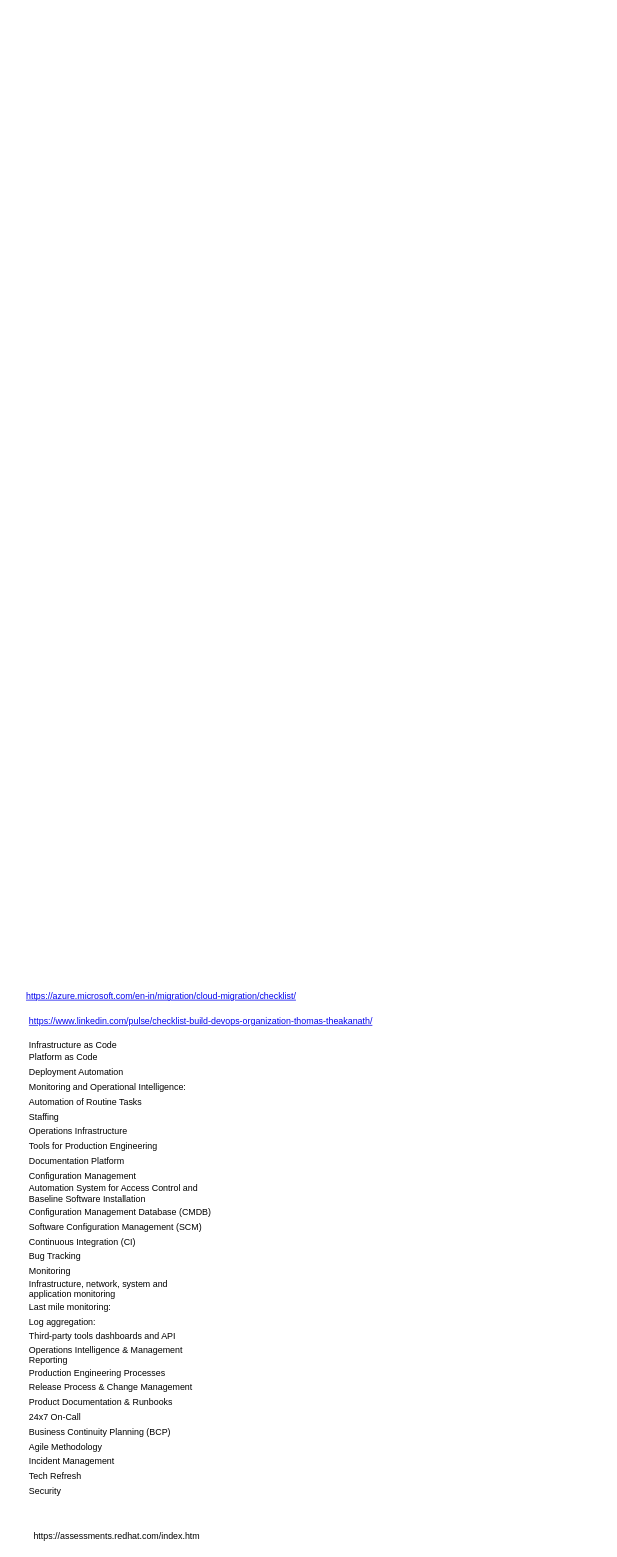
The draw.io diagram page "Checklist" (3 of 9) of Devops_Presentation.drawio in gonchigars/awesome-startup-credits, before the edit. Source tidied: cells renumbered, new cells numbered last; positions are measured from the earlier drawing's top-left corner, leaving out a move shared by most shapes. Both pictures are drawn from the tidied source at 74%, with x=0, y=0 at pixel (20, 27).
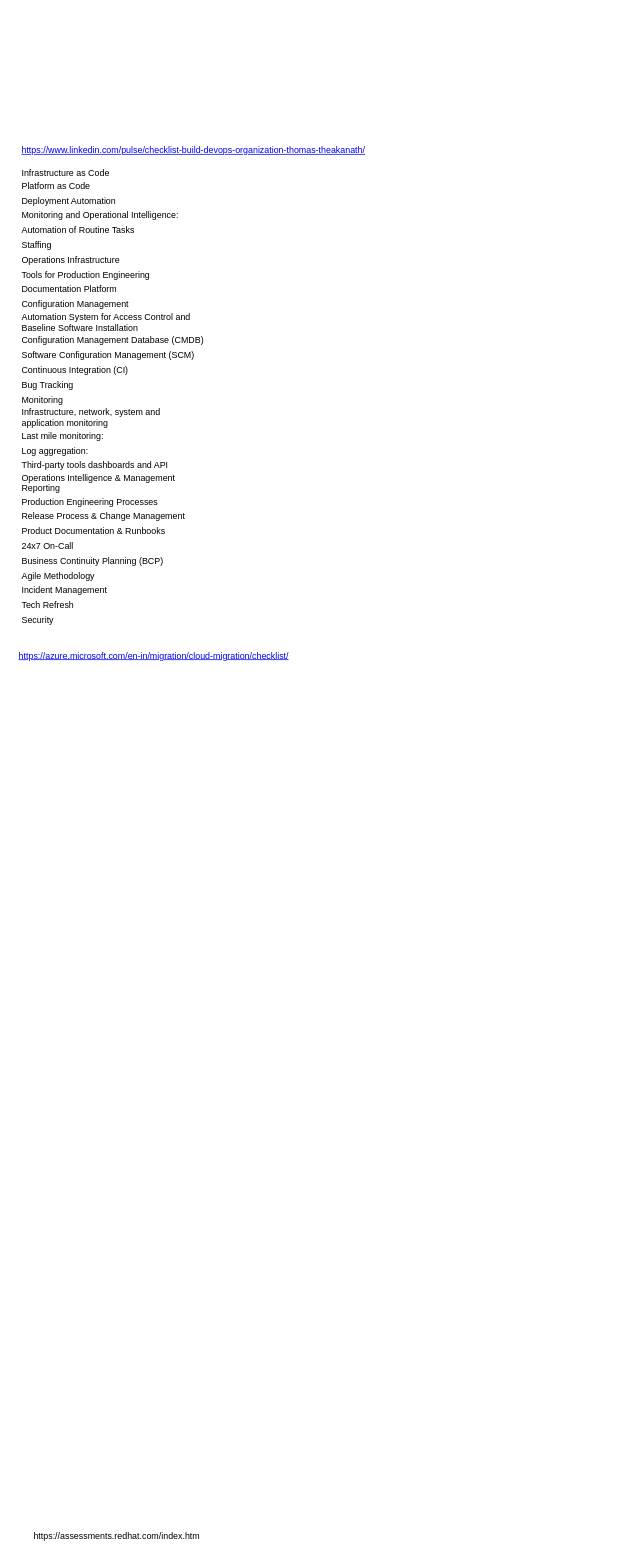
The same diagram, later.

Change to the diagram source:
```diff
@@
 <mxGraphModel>
   <root>
     <mxCell id="0" />
     <mxCell id="1" parent="0" />
     <mxCell id="2" value="&lt;a href=&quot;https://azure.microsoft.com/en-in/migration/cloud-migration/checklist/&quot;&gt;https://azure.microsoft.com/en-in/migration/cloud-migration/checklist/&lt;/a&gt;" style="text;html=1;align=center;verticalAlign=middle;strokeColor=none;fillColor=none;" parent="1" vertex="1">
-      <mxGeometry y="1300" width="380" height="20" as="geometry" />
+      <mxGeometry x="-10" y="840" width="380" height="20" as="geometry" />
     </mxCell>
-    <mxCell id="3" value="&lt;br&gt;&lt;br&gt;&lt;br&gt;&lt;br&gt;&lt;br&gt;&lt;br&gt;&lt;br&gt;&lt;br&gt;&lt;br&gt;&lt;br&gt;&lt;br&gt;&lt;br&gt;&lt;br&gt;&lt;br&gt;&lt;br&gt;&lt;br&gt;&lt;br&gt;&lt;br&gt;&lt;br&gt;&lt;br&gt;&lt;br&gt;&lt;br&gt;&lt;br&gt;&lt;br&gt;&lt;br&gt;&lt;br&gt;&lt;br&gt;&lt;br&gt;&lt;br&gt;&lt;br&gt;&lt;br&gt;&lt;br&gt;&lt;br&gt;&lt;br&gt;&lt;br&gt;&lt;br&gt;&lt;br&gt;&lt;br&gt;&lt;br&gt;&lt;br&gt;&lt;br&gt;&lt;br&gt;&lt;br&gt;&lt;br&gt;&lt;br&gt;&lt;br&gt;&lt;br&gt;&lt;br&gt;&lt;br&gt;&lt;br&gt;&lt;br&gt;&lt;br&gt;&lt;br&gt;&lt;br&gt;&lt;br&gt;&lt;br&gt;&lt;br&gt;&lt;br&gt;&lt;br&gt;&lt;br&gt;&lt;br&gt;&lt;br&gt;&lt;br&gt;&lt;br&gt;&lt;br&gt;&lt;br&gt;&lt;br&gt;&lt;br&gt;&lt;br&gt;&lt;br&gt;&lt;br&gt;&lt;br&gt;&lt;br&gt;&lt;br&gt;&lt;br&gt;&lt;br&gt;&lt;br&gt;&lt;br&gt;&lt;br&gt;&lt;br&gt;&lt;br&gt;&lt;br&gt;&lt;br&gt;&lt;br&gt;&lt;br&gt;&lt;br&gt;&lt;br&gt;&lt;br&gt;&lt;br&gt;&lt;br&gt;&lt;br&gt;&lt;br&gt;&lt;br&gt;&lt;br&gt;&lt;table border=&quot;0&quot; cellpadding=&quot;0&quot; cellspacing=&quot;0&quot; width=&quot;769&quot; style=&quot;border-collapse: collapse ; width: 577pt&quot;&gt; &lt;colgroup&gt;&lt;col width=&quot;769&quot; style=&quot;width: 577pt&quot;&gt;&lt;/colgroup&gt; &lt;tbody&gt;&lt;tr style=&quot;height: 15.0pt&quot;&gt;  &lt;td height=&quot;20&quot; class=&quot;xl65&quot; width=&quot;769&quot; style=&quot;height: 15.0pt ; width: 577pt&quot;&gt;&lt;a href=&quot;https://www.linkedin.com/pulse/checklist-build-devops-organization-thomas-theakanath/&quot;&gt;https://www.linkedin.com/pulse/checklist-build-devops-organization-thomas-theakanath/&lt;/a&gt;&lt;/td&gt; &lt;/tr&gt; &lt;tr style=&quot;height: 15.0pt&quot;&gt;  &lt;td height=&quot;20&quot; style=&quot;height: 15.0pt&quot;&gt;&lt;br&gt;Infrastructure as Code&lt;/td&gt; &lt;/tr&gt; &lt;tr style=&quot;height: 15.0pt&quot;&gt;  &lt;td height=&quot;20&quot; style=&quot;height: 15.0pt&quot;&gt;Platform as Code&lt;/td&gt; &lt;/tr&gt; &lt;tr style=&quot;height: 15.0pt&quot;&gt;  &lt;td height=&quot;20&quot; style=&quot;height: 15.0pt&quot;&gt;Deployment Automation&lt;/td&gt; &lt;/tr&gt; &lt;tr style=&quot;height: 15.0pt&quot;&gt;  &lt;td height=&quot;20&quot; style=&quot;height: 15.0pt&quot;&gt;Monitoring and Operational Intelligence:&lt;/td&gt; &lt;/tr&gt; &lt;tr style=&quot;height: 15.0pt&quot;&gt;  &lt;td height=&quot;20&quot; style=&quot;height: 15.0pt&quot;&gt;Automation of Routine Tasks&lt;/td&gt; &lt;/tr&gt; &lt;tr style=&quot;height: 15.0pt&quot;&gt;  &lt;td height=&quot;20&quot; style=&quot;height: 15.0pt&quot;&gt;Staffing&lt;/td&gt; &lt;/tr&gt; &lt;tr style=&quot;height: 15.0pt&quot;&gt;  &lt;td height=&quot;20&quot; style=&quot;height: 15.0pt&quot;&gt;Operations Infrastructure&lt;/td&gt; &lt;/tr&gt; &lt;tr style=&quot;height: 15.0pt&quot;&gt;  &lt;td height=&quot;20&quot; style=&quot;height: 15.0pt&quot;&gt;Tools for Production Engineering&lt;/td&gt; &lt;/tr&gt; &lt;tr style=&quot;height: 15.0pt&quot;&gt;  &lt;td height=&quot;20&quot; style=&quot;height: 15.0pt&quot;&gt;Documentation Platform&lt;/td&gt; &lt;/tr&gt; &lt;tr style=&quot;height: 15.0pt&quot;&gt;  &lt;td height=&quot;20&quot; class=&quot;xl64&quot; style=&quot;height: 15.0pt&quot;&gt;Configuration Management&lt;/td&gt; &lt;/tr&gt; &lt;tr style=&quot;height: 15.0pt&quot;&gt;  &lt;td height=&quot;20&quot; style=&quot;height: 15.0pt&quot;&gt;Automation System for Access Control and&lt;br&gt;  Baseline Software Installation&lt;/td&gt; &lt;/tr&gt; &lt;tr style=&quot;height: 15.0pt&quot;&gt;  &lt;td height=&quot;20&quot; style=&quot;height: 15.0pt&quot;&gt;Configuration Management Database (CMDB)&lt;/td&gt; &lt;/tr&gt; &lt;tr style=&quot;height: 15.0pt&quot;&gt;  &lt;td height=&quot;20&quot; style=&quot;height: 15.0pt&quot;&gt;Software Configuration Management (SCM)&lt;/td&gt; &lt;/tr&gt; &lt;tr style=&quot;height: 15.0pt&quot;&gt;  &lt;td height=&quot;20&quot; class=&quot;xl64&quot; style=&quot;height: 15.0pt&quot;&gt;Continuous Integration (CI)&lt;/td&gt; &lt;/tr&gt; &lt;tr style=&quot;height: 15.0pt&quot;&gt;  &lt;td height=&quot;20&quot; style=&quot;height: 15.0pt&quot;&gt;Bug Tracking&lt;/td&gt; &lt;/tr&gt; &lt;tr style=&quot;height: 15.0pt&quot;&gt;  &lt;td height=&quot;20&quot; class=&quot;xl64&quot; style=&quot;height: 15.0pt&quot;&gt;Monitoring&lt;/td&gt; &lt;/tr&gt; &lt;tr style=&quot;height: 15.0pt&quot;&gt;  &lt;td height=&quot;20&quot; style=&quot;height: 15.0pt&quot;&gt;Infrastructure, network, system and&lt;br&gt;  application monitoring&lt;/td&gt; &lt;/tr&gt; &lt;tr style=&quot;height: 15.0pt&quot;&gt;  &lt;td height=&quot;20&quot; class=&quot;xl64&quot; style=&quot;height: 15.0pt&quot;&gt;Last mile monitoring:&lt;/td&gt; &lt;/tr&gt; &lt;tr style=&quot;height: 15.0pt&quot;&gt;  &lt;td height=&quot;20&quot; style=&quot;height: 15.0pt&quot;&gt;Log aggregation:&lt;/td&gt; &lt;/tr&gt; &lt;tr style=&quot;height: 15.0pt&quot;&gt;  &lt;td height=&quot;20&quot; style=&quot;height: 15.0pt&quot;&gt;Third-party tools dashboards and API&lt;/td&gt; &lt;/tr&gt; &lt;tr style=&quot;height: 15.0pt&quot;&gt;  &lt;td height=&quot;20&quot; style=&quot;height: 15.0pt&quot;&gt;Operations Intelligence &amp;amp; Management&lt;br&gt;  Reporting&lt;/td&gt; &lt;/tr&gt; &lt;tr style=&quot;height: 15.0pt&quot;&gt;  &lt;td height=&quot;20&quot; style=&quot;height: 15.0pt&quot;&gt;Production Engineering Processes&lt;/td&gt; &lt;/tr&gt; &lt;tr style=&quot;height: 15.0pt&quot;&gt;  &lt;td height=&quot;20&quot; style=&quot;height: 15.0pt&quot;&gt;Release Process &amp;amp; Change Management&lt;/td&gt; &lt;/tr&gt; &lt;tr style=&quot;height: 15.0pt&quot;&gt;  &lt;td height=&quot;20&quot; style=&quot;height: 15.0pt&quot;&gt;Product Documentation &amp;amp; Runbooks&lt;/td&gt; &lt;/tr&gt; &lt;tr style=&quot;height: 15.0pt&quot;&gt;  &lt;td height=&quot;20&quot; style=&quot;height: 15.0pt&quot;&gt;24x7 On-Call&lt;/td&gt; &lt;/tr&gt; &lt;tr style=&quot;height: 15.0pt&quot;&gt;  &lt;td height=&quot;20&quot; style=&quot;height: 15.0pt&quot;&gt;Business Continuity Planning (BCP)&lt;/td&gt; &lt;/tr&gt; &lt;tr style=&quot;height: 15.0pt&quot;&gt;  &lt;td height=&quot;20&quot; style=&quot;height: 15.0pt&quot;&gt;Agile Methodology&lt;/td&gt; &lt;/tr&gt; &lt;tr style=&quot;height: 15.0pt&quot;&gt;  &lt;td height=&quot;20&quot; style=&quot;height: 15.0pt&quot;&gt;Incident Management&lt;/td&gt; &lt;/tr&gt; &lt;tr style=&quot;height: 15.0pt&quot;&gt;  &lt;td height=&quot;20&quot; style=&quot;height: 15.0pt&quot;&gt;Tech Refresh&lt;/td&gt; &lt;/tr&gt; &lt;tr style=&quot;height: 15.0pt&quot;&gt;  &lt;td height=&quot;20&quot; style=&quot;height: 15.0pt&quot;&gt;Security&lt;/td&gt; &lt;/tr&gt;&lt;/tbody&gt;&lt;/table&gt;" style="text;html=1;align=left;verticalAlign=middle;strokeColor=none;fillColor=none;" parent="1" vertex="1">
-      <mxGeometry x="10" width="780" height="1970" as="geometry" />
+    <mxCell id="3" value="&lt;br&gt;&lt;br&gt;&lt;br&gt;&lt;br&gt;&lt;table border=&quot;0&quot; cellpadding=&quot;0&quot; cellspacing=&quot;0&quot; width=&quot;769&quot; style=&quot;border-collapse: collapse ; width: 577pt&quot;&gt; &lt;colgroup&gt;&lt;col width=&quot;769&quot; style=&quot;width: 577pt&quot;&gt;&lt;/colgroup&gt; &lt;tbody&gt;&lt;tr style=&quot;height: 15.0pt&quot;&gt;  &lt;td height=&quot;20&quot; class=&quot;xl65&quot; width=&quot;769&quot; style=&quot;height: 15.0pt ; width: 577pt&quot;&gt;&lt;a href=&quot;https://www.linkedin.com/pulse/checklist-build-devops-organization-thomas-theakanath/&quot;&gt;https://www.linkedin.com/pulse/checklist-build-devops-organization-thomas-theakanath/&lt;/a&gt;&lt;/td&gt; &lt;/tr&gt; &lt;tr style=&quot;height: 15.0pt&quot;&gt;  &lt;td height=&quot;20&quot; style=&quot;height: 15.0pt&quot;&gt;&lt;br&gt;Infrastructure as Code&lt;/td&gt; &lt;/tr&gt; &lt;tr style=&quot;height: 15.0pt&quot;&gt;  &lt;td height=&quot;20&quot; style=&quot;height: 15.0pt&quot;&gt;Platform as Code&lt;/td&gt; &lt;/tr&gt; &lt;tr style=&quot;height: 15.0pt&quot;&gt;  &lt;td height=&quot;20&quot; style=&quot;height: 15.0pt&quot;&gt;Deployment Automation&lt;/td&gt; &lt;/tr&gt; &lt;tr style=&quot;height: 15.0pt&quot;&gt;  &lt;td height=&quot;20&quot; style=&quot;height: 15.0pt&quot;&gt;Monitoring and Operational Intelligence:&lt;/td&gt; &lt;/tr&gt; &lt;tr style=&quot;height: 15.0pt&quot;&gt;  &lt;td height=&quot;20&quot; style=&quot;height: 15.0pt&quot;&gt;Automation of Routine Tasks&lt;/td&gt; &lt;/tr&gt; &lt;tr style=&quot;height: 15.0pt&quot;&gt;  &lt;td height=&quot;20&quot; style=&quot;height: 15.0pt&quot;&gt;Staffing&lt;/td&gt; &lt;/tr&gt; &lt;tr style=&quot;height: 15.0pt&quot;&gt;  &lt;td height=&quot;20&quot; style=&quot;height: 15.0pt&quot;&gt;Operations Infrastructure&lt;/td&gt; &lt;/tr&gt; &lt;tr style=&quot;height: 15.0pt&quot;&gt;  &lt;td height=&quot;20&quot; style=&quot;height: 15.0pt&quot;&gt;Tools for Production Engineering&lt;/td&gt; &lt;/tr&gt; &lt;tr style=&quot;height: 15.0pt&quot;&gt;  &lt;td height=&quot;20&quot; style=&quot;height: 15.0pt&quot;&gt;Documentation Platform&lt;/td&gt; &lt;/tr&gt; &lt;tr style=&quot;height: 15.0pt&quot;&gt;  &lt;td height=&quot;20&quot; class=&quot;xl64&quot; style=&quot;height: 15.0pt&quot;&gt;Configuration Management&lt;/td&gt; &lt;/tr&gt; &lt;tr style=&quot;height: 15.0pt&quot;&gt;  &lt;td height=&quot;20&quot; style=&quot;height: 15.0pt&quot;&gt;Automation System for Access Control and&lt;br&gt;  Baseline Software Installation&lt;/td&gt; &lt;/tr&gt; &lt;tr style=&quot;height: 15.0pt&quot;&gt;  &lt;td height=&quot;20&quot; style=&quot;height: 15.0pt&quot;&gt;Configuration Management Database (CMDB)&lt;/td&gt; &lt;/tr&gt; &lt;tr style=&quot;height: 15.0pt&quot;&gt;  &lt;td height=&quot;20&quot; style=&quot;height: 15.0pt&quot;&gt;Software Configuration Management (SCM)&lt;/td&gt; &lt;/tr&gt; &lt;tr style=&quot;height: 15.0pt&quot;&gt;  &lt;td height=&quot;20&quot; class=&quot;xl64&quot; style=&quot;height: 15.0pt&quot;&gt;Continuous Integration (CI)&lt;/td&gt; &lt;/tr&gt; &lt;tr style=&quot;height: 15.0pt&quot;&gt;  &lt;td height=&quot;20&quot; style=&quot;height: 15.0pt&quot;&gt;Bug Tracking&lt;/td&gt; &lt;/tr&gt; &lt;tr style=&quot;height: 15.0pt&quot;&gt;  &lt;td height=&quot;20&quot; class=&quot;xl64&quot; style=&quot;height: 15.0pt&quot;&gt;Monitoring&lt;/td&gt; &lt;/tr&gt; &lt;tr style=&quot;height: 15.0pt&quot;&gt;  &lt;td height=&quot;20&quot; style=&quot;height: 15.0pt&quot;&gt;Infrastructure, network, system and&lt;br&gt;  application monitoring&lt;/td&gt; &lt;/tr&gt; &lt;tr style=&quot;height: 15.0pt&quot;&gt;  &lt;td height=&quot;20&quot; class=&quot;xl64&quot; style=&quot;height: 15.0pt&quot;&gt;Last mile monitoring:&lt;/td&gt; &lt;/tr&gt; &lt;tr style=&quot;height: 15.0pt&quot;&gt;  &lt;td height=&quot;20&quot; style=&quot;height: 15.0pt&quot;&gt;Log aggregation:&lt;/td&gt; &lt;/tr&gt; &lt;tr style=&quot;height: 15.0pt&quot;&gt;  &lt;td height=&quot;20&quot; style=&quot;height: 15.0pt&quot;&gt;Third-party tools dashboards and API&lt;/td&gt; &lt;/tr&gt; &lt;tr style=&quot;height: 15.0pt&quot;&gt;  &lt;td height=&quot;20&quot; style=&quot;height: 15.0pt&quot;&gt;Operations Intelligence &amp;amp; Management&lt;br&gt;  Reporting&lt;/td&gt; &lt;/tr&gt; &lt;tr style=&quot;height: 15.0pt&quot;&gt;  &lt;td height=&quot;20&quot; style=&quot;height: 15.0pt&quot;&gt;Production Engineering Processes&lt;/td&gt; &lt;/tr&gt; &lt;tr style=&quot;height: 15.0pt&quot;&gt;  &lt;td height=&quot;20&quot; style=&quot;height: 15.0pt&quot;&gt;Release Process &amp;amp; Change Management&lt;/td&gt; &lt;/tr&gt; &lt;tr style=&quot;height: 15.0pt&quot;&gt;  &lt;td height=&quot;20&quot; style=&quot;height: 15.0pt&quot;&gt;Product Documentation &amp;amp; Runbooks&lt;/td&gt; &lt;/tr&gt; &lt;tr style=&quot;height: 15.0pt&quot;&gt;  &lt;td height=&quot;20&quot; style=&quot;height: 15.0pt&quot;&gt;24x7 On-Call&lt;/td&gt; &lt;/tr&gt; &lt;tr style=&quot;height: 15.0pt&quot;&gt;  &lt;td height=&quot;20&quot; style=&quot;height: 15.0pt&quot;&gt;Business Continuity Planning (BCP)&lt;/td&gt; &lt;/tr&gt; &lt;tr style=&quot;height: 15.0pt&quot;&gt;  &lt;td height=&quot;20&quot; style=&quot;height: 15.0pt&quot;&gt;Agile Methodology&lt;/td&gt; &lt;/tr&gt; &lt;tr style=&quot;height: 15.0pt&quot;&gt;  &lt;td height=&quot;20&quot; style=&quot;height: 15.0pt&quot;&gt;Incident Management&lt;/td&gt; &lt;/tr&gt; &lt;tr style=&quot;height: 15.0pt&quot;&gt;  &lt;td height=&quot;20&quot; style=&quot;height: 15.0pt&quot;&gt;Tech Refresh&lt;/td&gt; &lt;/tr&gt; &lt;tr style=&quot;height: 15.0pt&quot;&gt;  &lt;td height=&quot;20&quot; style=&quot;height: 15.0pt&quot;&gt;Security&lt;/td&gt; &lt;/tr&gt;&lt;/tbody&gt;&lt;/table&gt;" style="text;html=1;align=left;verticalAlign=middle;strokeColor=none;fillColor=none;" parent="1" vertex="1">
+      <mxGeometry y="100" width="780" height="710" as="geometry" />
     </mxCell>
     <mxCell id="4" value="https://assessments.redhat.com/index.htm" style="text;html=1;align=center;verticalAlign=middle;strokeColor=none;fillColor=none;" parent="1" vertex="1">
       <mxGeometry x="10" y="2030" width="240" height="20" as="geometry" />
     </mxCell>
   </root>
 </mxGraphModel>
```
